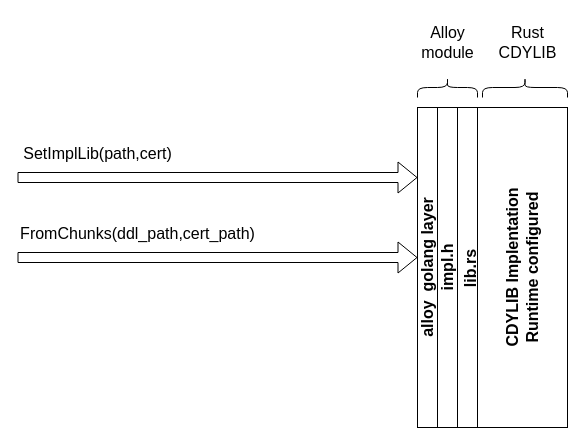
Earlier version of the draw.io diagram doc/alloy_schematic.drawio (Ignalina/alloy). Source tidied: cells renumbered, new cells numbered last; positions are measured from the earlier drawing's top-left corner, leaving out a move shared by most shapes. Both pictures are drawn from the tidied source at 100%, with x=0, y=0 at pixel (17, 17).
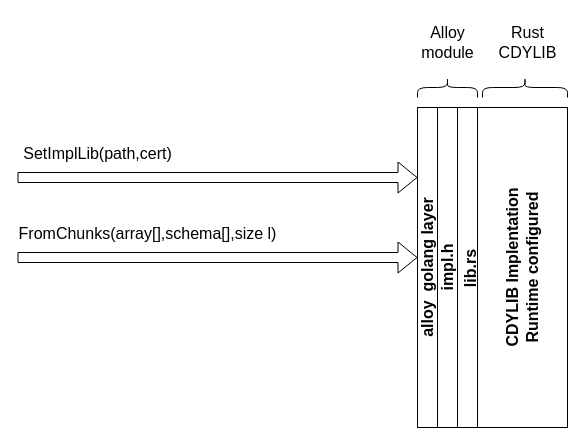
The same diagram, later.

The edit, as a diff of the source:
```diff
@@
 <mxGraphModel>
   <root>
     <mxCell id="0" />
     <mxCell id="1" parent="0" />
     <mxCell id="2" value="lib.rs" style="swimlane;horizontal=0;fontSize=16;startSize=23;" parent="1" vertex="1">
       <mxGeometry x="440" y="90" width="110" height="320" as="geometry" />
     </mxCell>
     <mxCell id="3" value="CDYLIB Implentation&lt;br&gt;Runtime configured" style="rounded=0;whiteSpace=wrap;html=1;fontSize=16;horizontal=0;fontStyle=1;" parent="2" vertex="1">
       <mxGeometry x="20" width="90" height="320" as="geometry" />
     </mxCell>
     <mxCell id="4" value="impl.h" style="rounded=0;whiteSpace=wrap;html=1;fontSize=16;horizontal=0;fontStyle=1;" parent="1" vertex="1">
       <mxGeometry x="420" y="90" width="20" height="320" as="geometry" />
     </mxCell>
     <mxCell id="5" value="alloy&amp;nbsp; golang layer" style="rounded=0;whiteSpace=wrap;html=1;fontSize=16;horizontal=0;fontStyle=1;" parent="1" vertex="1">
       <mxGeometry x="400" y="90" width="20" height="320" as="geometry" />
     </mxCell>
     <mxCell id="6" style="shape=flexArrow;endArrow=classic;html=1;rounded=0;fontSize=16;" parent="1" edge="1">
       <mxGeometry relative="1" as="geometry">
         <mxPoint y="160" as="sourcePoint" />
         <mxPoint x="400" y="160" as="targetPoint" />
       </mxGeometry>
     </mxCell>
     <mxCell id="7" value="SetImplLib(path,cert)" style="edgeLabel;html=1;align=center;verticalAlign=top;fontSize=16;horizontal=1;" parent="6" vertex="1">
       <mxGeometry x="-0.51" y="-1" relative="1" as="geometry">
         <mxPoint x="-19" y="-41" as="offset" />
       </mxGeometry>
     </mxCell>
     <mxCell id="8" style="shape=flexArrow;endArrow=classic;html=1;rounded=0;fontSize=16;" parent="1" edge="1">
       <mxGeometry relative="1" as="geometry">
         <mxPoint y="240" as="sourcePoint" />
         <mxPoint x="400" y="240" as="targetPoint" />
       </mxGeometry>
     </mxCell>
-    <mxCell id="9" value="FromChunks(ddl_path,cert_path)" style="edgeLabel;html=1;align=center;verticalAlign=top;fontSize=16;horizontal=1;" parent="8" vertex="1">
+    <mxCell id="9" value="FromChunks(array[],schema[],size l)" style="edgeLabel;html=1;align=center;verticalAlign=top;fontSize=16;horizontal=1;" parent="8" vertex="1">
       <mxGeometry x="-0.51" y="-1" relative="1" as="geometry">
-        <mxPoint x="21" y="-41" as="offset" />
+        <mxPoint x="31" y="-41" as="offset" />
       </mxGeometry>
     </mxCell>
     <mxCell id="10" style="shape=curlyBracket;whiteSpace=wrap;html=1;rounded=1;flipH=1;fontSize=16;rotation=-90;" parent="1" vertex="1">
       <mxGeometry x="420" y="40" width="20" height="60" as="geometry" />
     </mxCell>
     <mxCell id="11" value="Alloy&lt;br&gt;module" style="text;html=1;align=center;verticalAlign=middle;fillColor=none;strokeColor=none;rounded=0;fontSize=16;" parent="1" vertex="1">
       <mxGeometry x="390" width="80" height="50" as="geometry" />
     </mxCell>
     <mxCell id="12" style="shape=curlyBracket;whiteSpace=wrap;html=1;rounded=1;flipH=1;fontSize=16;rotation=-90;" parent="1" vertex="1">
       <mxGeometry x="497.5" y="27.5" width="20" height="85" as="geometry" />
     </mxCell>
     <mxCell id="13" value="Rust&lt;br&gt;CDYLIB" style="text;html=1;align=center;verticalAlign=middle;fillColor=none;strokeColor=none;rounded=0;fontSize=16;" parent="1" vertex="1">
       <mxGeometry x="470" width="80" height="50" as="geometry" />
     </mxCell>
   </root>
 </mxGraphModel>
```
